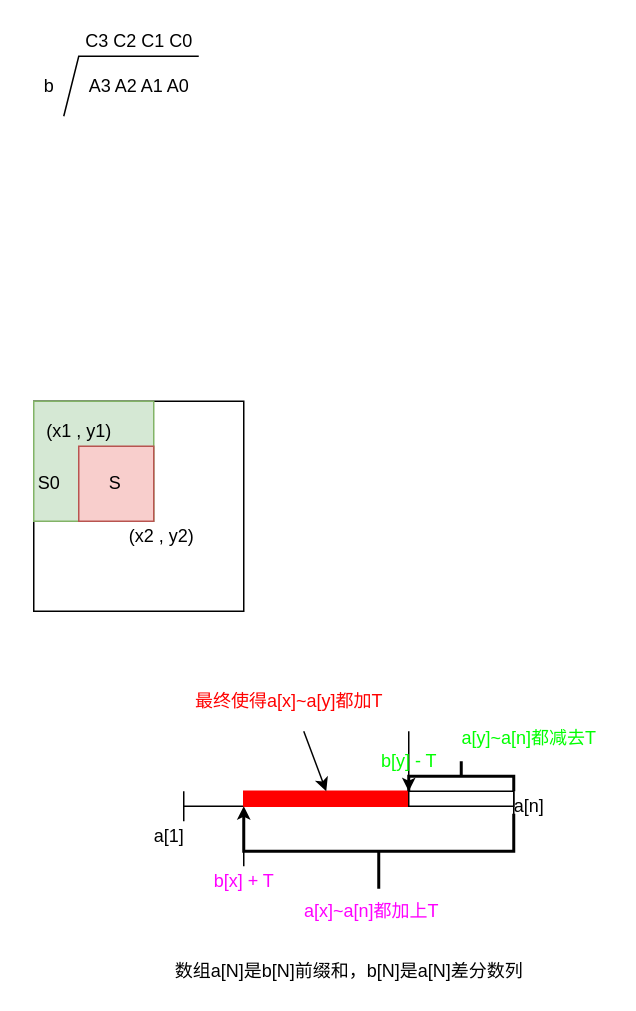
winnerlqy/Images keeps this draw.io diagram as Untitled Diagram.drawio. Above is the earlier version. Source tidied: cells renumbered, new cells numbered last; positions are measured from the earlier drawing's top-left corner, leaving out a move shared by most shapes. Both pictures are drawn from the tidied source at 150%, with x=0, y=0 at pixel (26, 26).
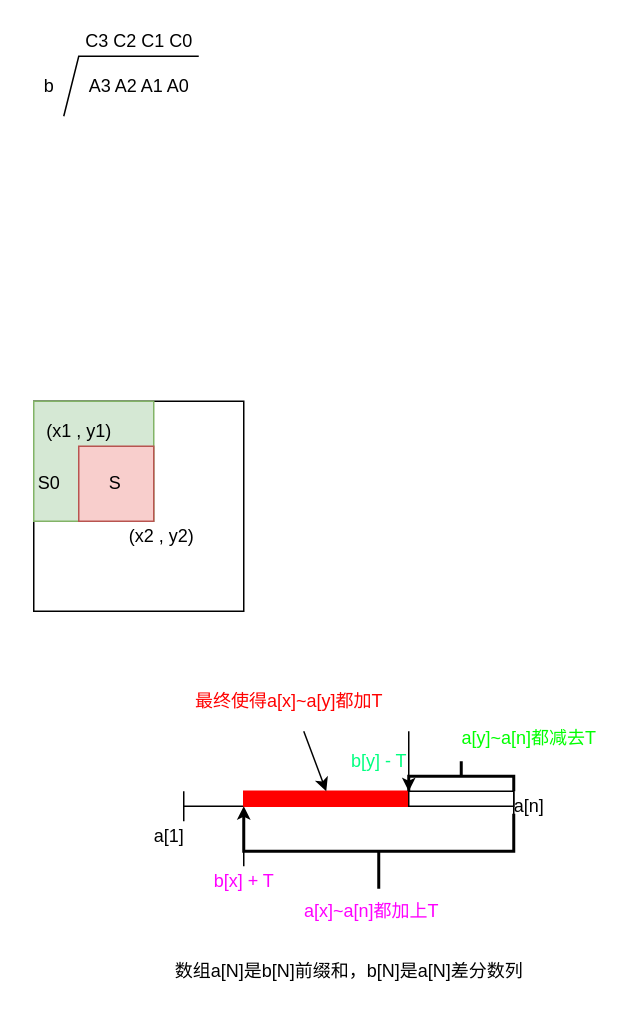
The same page after the edit.

The edit, as a diff of the source:
```diff
@@
-    <mxCell id="24" value="&lt;font color=&quot;#00ff00&quot;&gt;b[y] - T&lt;/font&gt;" style="text;html=1;align=center;verticalAlign=middle;strokeColor=none;fillColor=none;fontColor=#000000;" parent="1" vertex="1">
-      <mxGeometry x="230" y="480" width="50" height="20" as="geometry" />
+    <mxCell id="24" value="&lt;font color=&quot;#00ff80&quot;&gt;b[y] - T&lt;/font&gt;" style="text;html=1;align=center;verticalAlign=middle;strokeColor=none;fillColor=none;fontColor=#000000;" parent="1" vertex="1">
+      <mxGeometry x="210" y="480" width="50" height="20" as="geometry" />
     </mxCell>
```
